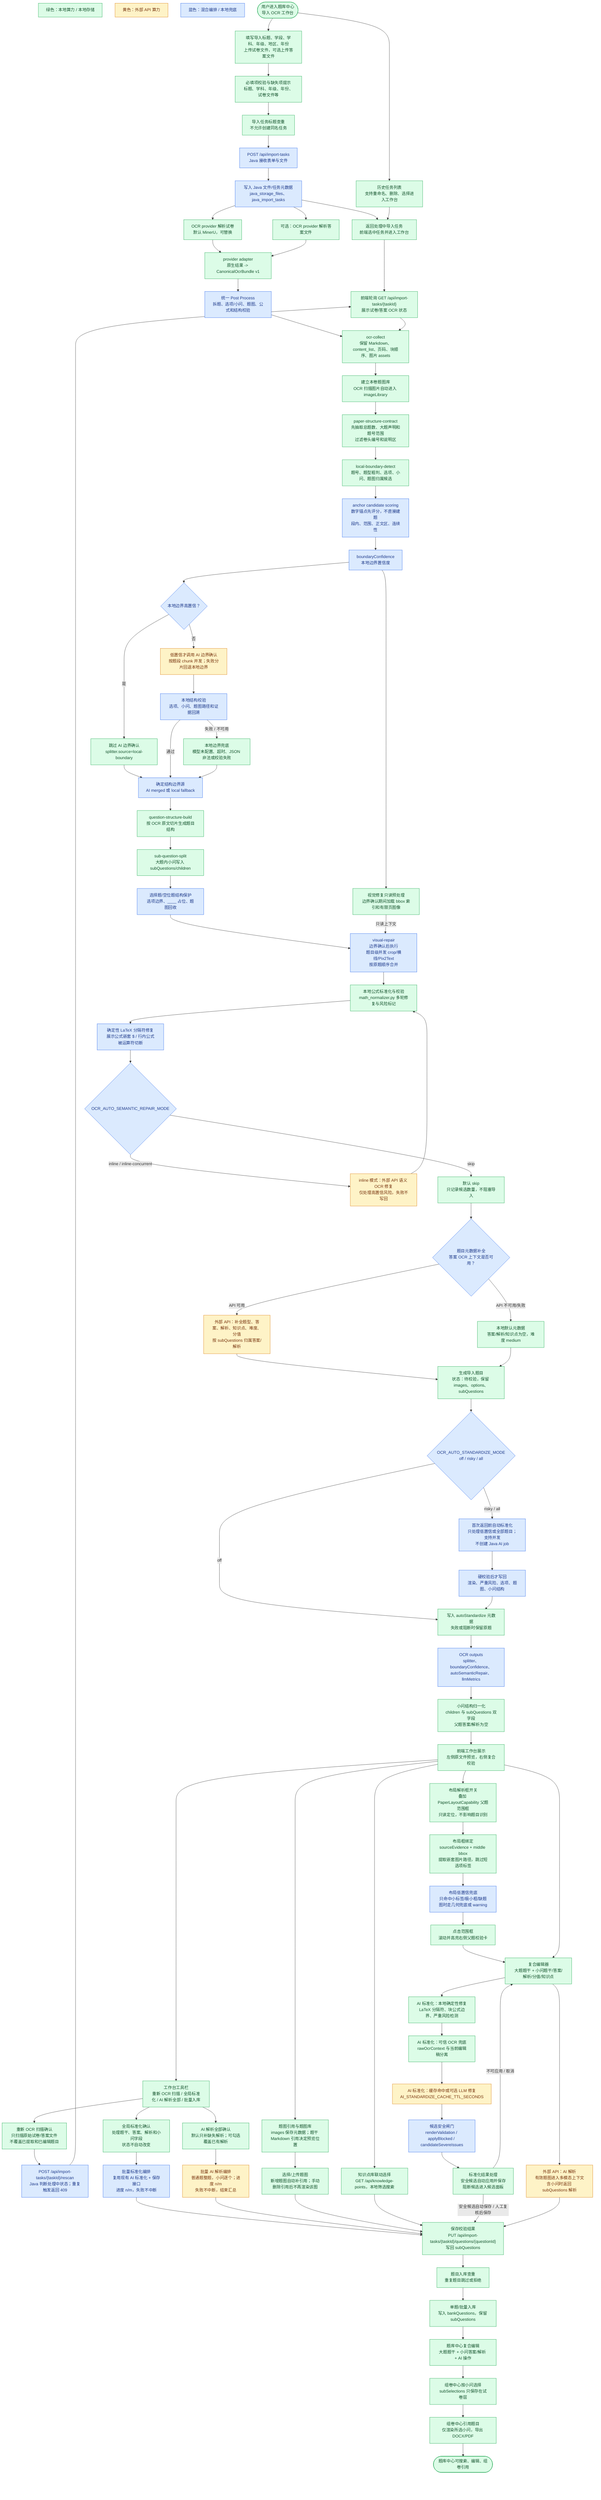
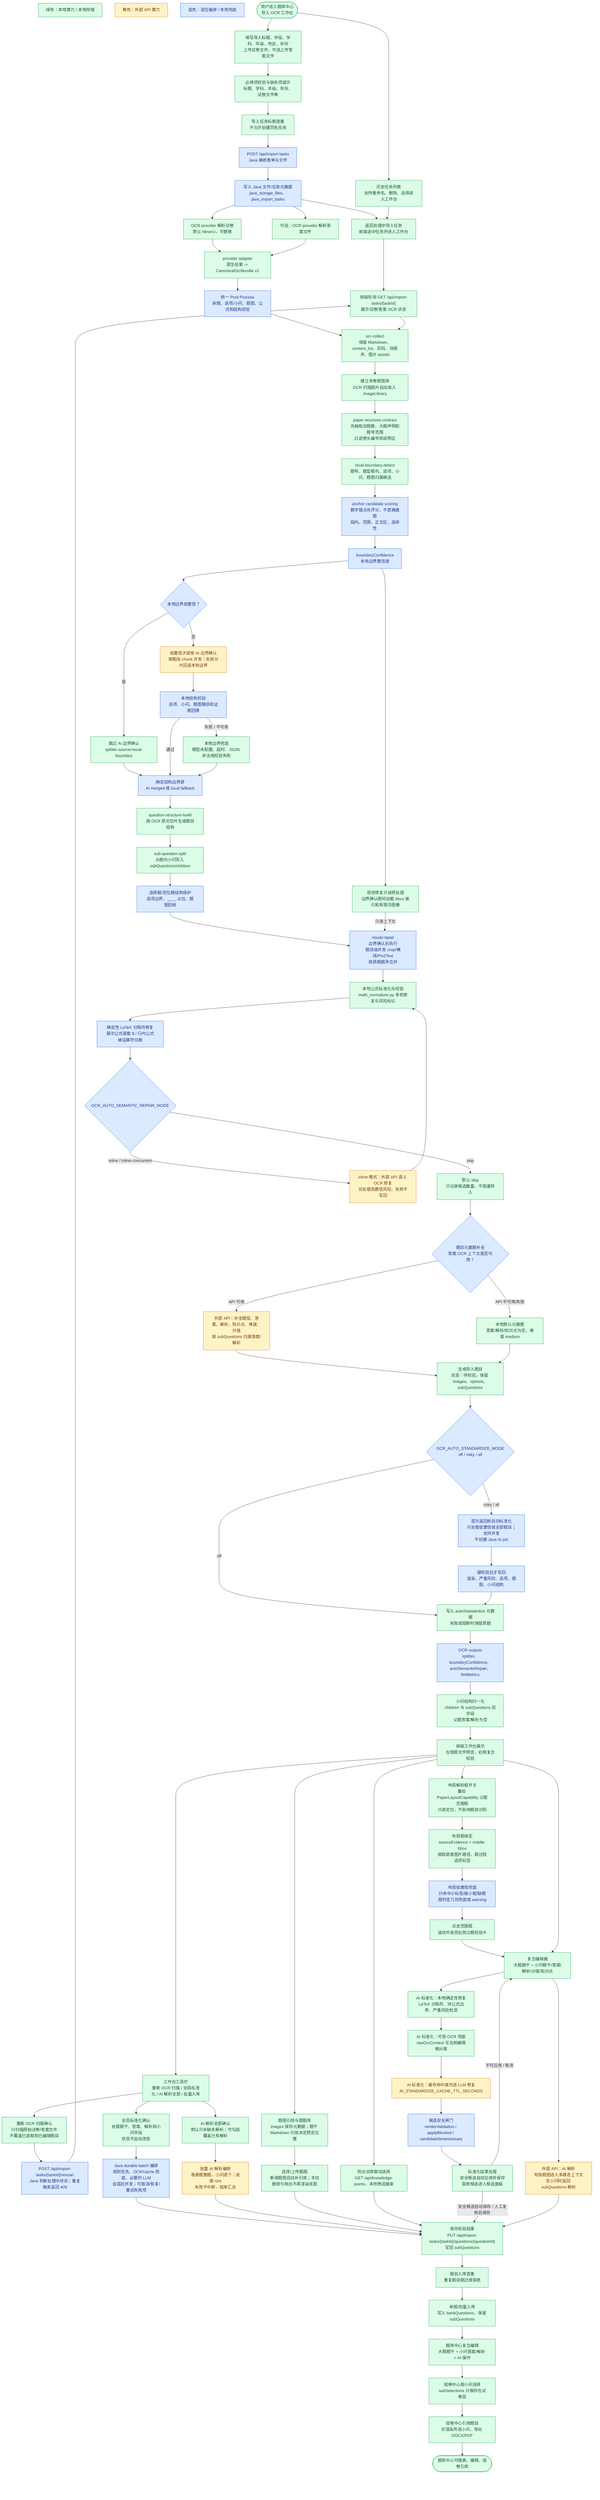
%% Version: 2026-07-15 / OpenAPI 1.2.0 / ProviderPostProcess
%% Status: current-primary
%% Scope: import OCR workbench UX, task lifecycle, structure-contract extraction, first-return auto standardization, layout overlay isolation, rescan, global standardization, batch AI analysis, and manual review.
flowchart TD
  LegendLocal["绿色：本地算力 / 本地存储"]:::local
  LegendExternal["黄色：外部 API 算力"]:::external
  LegendMixed["蓝色：混合编排 / 本地兜底"]:::mixed

  Start(["用户进入题库中心<br/>导入 OCR 工作台"]):::local
  Create["填写导入标题、学段、学科、年级、地区、年份<br/>上传试卷文件，可选上传答案文件"]:::local
  Required["必填项校验与缺失项提示<br/>标题、学科、年级、年份、试卷文件等"]:::local
  NameDedup["导入任务标题查重<br/>不允许创建同名任务"]:::local
  Post["POST /api/import-tasks<br/>Java 接收表单与文件"]:::mixed
  Persist["写入 Java 文件/任务元数据<br/>java_storage_files、java_import_tasks"]:::mixed
  ReturnTask["返回处理中导入任务<br/>前端选中任务并进入工作台"]:::local
  TaskManage["历史任务列表<br/>支持重命名、删除、选择进入工作台"]:::local

  PaperOcr["OCR provider 解析试卷<br/>默认 MinerU，可替换"]:::local
  AnswerOcr["可选：OCR provider 解析答案文件"]:::local
  ProviderAdapter["provider adapter<br/>原生结果 -> CanonicalOcrBundle v1"]:::local
  PostProcess["统一 Post Process<br/>拆题、选项/小问、题图、公式和结构校验"]:::mixed
  Poll["前端轮询 GET /api/import-tasks/{taskId}<br/>展示试卷/答案 OCR 状态"]:::local
  Collect["ocr-collect<br/>保留 Markdown、content_list、页码、块顺序、图片 assets"]:::local
  ImageLibrary["建立本卷题图库<br/>OCR 扫描图片自动进入 imageLibrary"]:::local

  StructureContract["paper-structure-contract<br/>先抽取总题数、大题声明和题号范围<br/>过滤卷头编号和说明区"]:::local
  LocalBoundary["local-boundary-detect<br/>题号、题型粗判、选项、小问、题图归属候选"]:::local
  AnchorCandidate["anchor candidate scoring<br/>数字锚点先评分，不直接建题<br/>段内、范围、正文区、连续性"]:::mixed
  BoundaryConfidence["boundaryConfidence<br/>本地边界置信度"]:::mixed
  BoundaryHigh{"本地边界高置信？"}:::mixed
  BoundarySkip["跳过 AI 边界确认<br/>splitter.source=local-boundary"]:::local
  LlmBoundary["低置信才调用 AI 边界确认<br/>按题段 chunk 并发；失败分片回退本地边界"]:::external
  BoundaryValidate["本地结构校验<br/>选项、小问、题图路径和证据回溯"]:::mixed
  BoundaryFallback["本地边界兜底<br/>模型未配置、超时、JSON 非法或校验失败"]:::local
  BoundarySource["确定结构边界源<br/>AI merged 或 local fallback"]:::mixed
  VisualRepairPreload["视觉修复只读预处理<br/>边界确认期间加载 bbox 索引和有限页图像"]:::local

  BuildStructure["question-structure-build<br/>按 OCR 原文切片生成题目结构"]:::local
  SubQuestionSplit["sub-question-split<br/>大题内小问写入 subQuestions/children"]:::local
  ChoiceBlankProtect["选择题/空位题结构保护<br/>选项边界、____ 占位、题图回收"]:::mixed
  VisualRepair["visual-repair<br/>边界确认后执行<br/>题目级并发 crop/横线/Pix2Text<br/>按原题顺序合并"]:::mixed
  MathNormalize["本地公式标准化与校验<br/>math_normalizer.py 多轮修复与风险标记"]:::local
  LatexDelimiter["确定性 LaTeX 分隔符修复<br/>展示公式嵌套 $ / 行内公式被运算符切断"]:::mixed
  AutoSemanticMode{"OCR_AUTO_SEMANTIC_REPAIR_MODE"}:::mixed
  AutoSemanticSkip["默认 skip<br/>只记录候选数量，不阻塞导入"]:::local
  SemanticApi["inline 模式：外部 API 语义 OCR 修复<br/>仅处理高置信风险，失败不写回"]:::external

  MetadataFlow{"题目元数据补全<br/>答案 OCR 上下文是否可用？"}:::mixed
  MetadataApi["外部 API：补全题型、答案、解析、知识点、难度、分值<br/>按 subQuestions 归属答案/解析"]:::external
  MetadataFallback["本地默认元数据<br/>答案/解析/知识点为空，难度 medium"]:::local

  BuildImport["生成导入题目<br/>状态：待校验，保留 images、options、subQuestions"]:::local
  AutoStdMode{"OCR_AUTO_STANDARDIZE_MODE<br/>off / risky / all"}:::mixed
  AutoStdRun["首次返回前自动标准化<br/>只处理低置信或全部题目；支持并发<br/>不创建 Java AI job"]:::mixed
  AutoStdGate["硬校验后才写回<br/>渲染、严重风险、选项、题图、小问结构"]:::mixed
  AutoStdMeta["写入 autoStandardize 元数据<br/>失败或阻断时保留原题"]:::local
  OcrOutputs["OCR outputs<br/>splitter、boundaryConfidence、autoSemanticRepair、llmMetrics"]:::mixed
  SubQuestionNormalize["小问结构归一化<br/>children 与 subQuestions 双字段<br/>父题答案/解析为空"]:::local
  Workbench["前端工作台展示<br/>左侧原文件预览，右侧复合校验"]:::local
  LayoutToggle["布局解析框开关<br/>叠加 PaperLayoutCapability 父题范围框<br/>只读定位，不影响题目识别"]:::local
  LayoutBind["布局框绑定<br/>sourceEvidence + middle bbox<br/>提取嵌套图片路径，跳过短选项标签"]:::local
  LayoutFallback["布局低置信兜底<br/>只命中小标签/极小框/缺题图时走几何兜底或 warning"]:::mixed
  LayoutClick["点击范围框<br/>滚动并高亮右侧父题校验卡"]:::local
  Toolbar["工作台工具栏<br/>重新 OCR 扫描 / 全局标准化 / AI 解析全部 / 批量入库"]:::local
  RescanConfirm["重新 OCR 扫描确认<br/>只扫描原始试卷/答案文件<br/>不覆盖已提取和已编辑题目"]:::local
  RescanApi["POST /api/import-tasks/{taskId}/rescan<br/>Java 判断处理中状态；重复触发返回 409"]:::mixed
  BatchStdConfirm["全局标准化确认<br/>处理题干、答案、解析和小问字段<br/>状态不自动改变"]:::local
-   BatchStdLoop["批量标准化编排<br/>复用现有 AI 标准化 + 保存接口<br/>进度 n/m，失败不中断"]:::mixed
+   BatchStdLoop["Java durable batch 编排<br/>规则优先、OCR/cache 兜底、必要时 LLM<br/>自适应并发；可取消/恢复/重试失败项"]:::mixed
  BatchAiConfirm["AI 解析全部确认<br/>默认只补缺失解析；可勾选覆盖已有解析"]:::local
  BatchAiLoop["批量 AI 解析编排<br/>普通题整题，小问逐个；进度 n/m<br/>失败不中断，结束汇总"]:::external
  FigureRefs["题图引用与题图库<br/>images 保存元数据；题干 Markdown 引用决定预览位置"]:::local
  ImportImages["选择/上传题图<br/>新增题图自动补引用；手动删除引用后不再渲染该图"]:::local
  KnowledgePick["知识点库联动选择<br/>GET /api/knowledge-points，本地筛选搜索"]:::local
  ManualEdit["复合编辑器<br/>大题题干 + 小问题干/答案/解析/分值/知识点"]:::local

  StdLocal["AI 标准化：本地确定性修复<br/>LaTeX 分隔符、块公式边界、严重风险检测"]:::local
  StdOcr["AI 标准化：可信 OCR 兜底<br/>rawOcrContext 与当前编辑稿分离"]:::local
  StdLlm["AI 标准化：缓存命中或可选 LLM 修复<br/>AI_STANDARDIZE_CACHE_TTL_SECONDS"]:::external
  StdGate["候选安全闸门<br/>renderValidation / applyBlocked / candidateSevereIssues"]:::mixed
  CandidatePanel["标准化结果处理<br/>安全候选自动应用并保存<br/>阻断候选进入候选面板"]:::local
  AiAnalysis["外部 API：AI 解析<br/>有效题图进入多模态上下文<br/>含小问时返回 subQuestions 解析"]:::external
  SaveReview["保存校验结果<br/>PUT /api/import-tasks/{taskId}/questions/{questionId}<br/>写回 subQuestions"]:::local
  BankDedup["题目入库查重<br/>重复题目跳过或拒绝"]:::local
  Bank["单题/批量入库<br/>写入 bankQuestions，保留 subQuestions"]:::local
  BankEdit["题库中心复合编辑<br/>大题题干 + 小问答案/解析 + AI 操作"]:::local
  PaperSubSelect["组卷中心按小问选择<br/>subSelections 只保存在试卷层"]:::local
  PaperExport["组卷中心引用题目<br/>仅渲染所选小问，导出 DOCX/PDF"]:::local
  End(["题库中心可搜索、编辑、组卷引用"]):::local

  Start --> Create --> Required --> NameDedup --> Post --> Persist --> ReturnTask
  Start --> TaskManage --> ReturnTask
  Persist --> PaperOcr
  Persist --> AnswerOcr
  ReturnTask --> Poll
  PaperOcr --> ProviderAdapter
  AnswerOcr --> ProviderAdapter
  ProviderAdapter --> PostProcess --> Collect
  Poll --> Collect
  Collect --> ImageLibrary --> StructureContract --> LocalBoundary --> AnchorCandidate --> BoundaryConfidence --> BoundaryHigh
  BoundaryConfidence --> VisualRepairPreload
  BoundaryHigh -- "是" --> BoundarySkip --> BoundarySource
  BoundaryHigh -- "否" --> LlmBoundary --> BoundaryValidate
  BoundaryValidate -- "通过" --> BoundarySource
  BoundaryValidate -- "失败 / 不可用" --> BoundaryFallback --> BoundarySource
  BoundarySource --> BuildStructure --> SubQuestionSplit --> ChoiceBlankProtect --> VisualRepair --> MathNormalize
  VisualRepairPreload -- "只读上下文" --> VisualRepair
  MathNormalize --> LatexDelimiter --> AutoSemanticMode
  AutoSemanticMode -- "skip" --> AutoSemanticSkip --> MetadataFlow
  AutoSemanticMode -- "inline / inline-concurrent" --> SemanticApi --> MathNormalize
  MetadataFlow -- "API 可用" --> MetadataApi --> BuildImport
  MetadataFlow -- "API 不可用/失败" --> MetadataFallback --> BuildImport
  BuildImport --> AutoStdMode
  AutoStdMode -- "off" --> AutoStdMeta
  AutoStdMode -- "risky / all" --> AutoStdRun --> AutoStdGate --> AutoStdMeta
  AutoStdMeta --> OcrOutputs --> SubQuestionNormalize --> Workbench
  Workbench --> LayoutToggle --> LayoutBind --> LayoutFallback --> LayoutClick --> ManualEdit
  Workbench --> Toolbar
  Toolbar --> RescanConfirm --> RescanApi --> Poll
  Toolbar --> BatchStdConfirm --> BatchStdLoop --> SaveReview
  Toolbar --> BatchAiConfirm --> BatchAiLoop --> SaveReview
  Workbench --> FigureRefs --> ImportImages --> SaveReview
  Workbench --> KnowledgePick --> SaveReview
  Workbench --> ManualEdit
  ManualEdit --> StdLocal --> StdOcr --> StdLlm --> StdGate --> CandidatePanel
  CandidatePanel -- "安全候选自动保存 / 人工复核后保存" --> SaveReview
  CandidatePanel -- "不可应用 / 取消" --> ManualEdit
  ManualEdit --> AiAnalysis --> SaveReview
  SaveReview --> BankDedup --> Bank --> BankEdit --> PaperSubSelect --> PaperExport --> End

  classDef local fill:#dcfce7,stroke:#16a34a,color:#14532d,stroke-width:1px;
  classDef external fill:#fef3c7,stroke:#d97706,color:#78350f,stroke-width:1px;
  classDef mixed fill:#dbeafe,stroke:#2563eb,color:#1e3a8a,stroke-width:1px;
